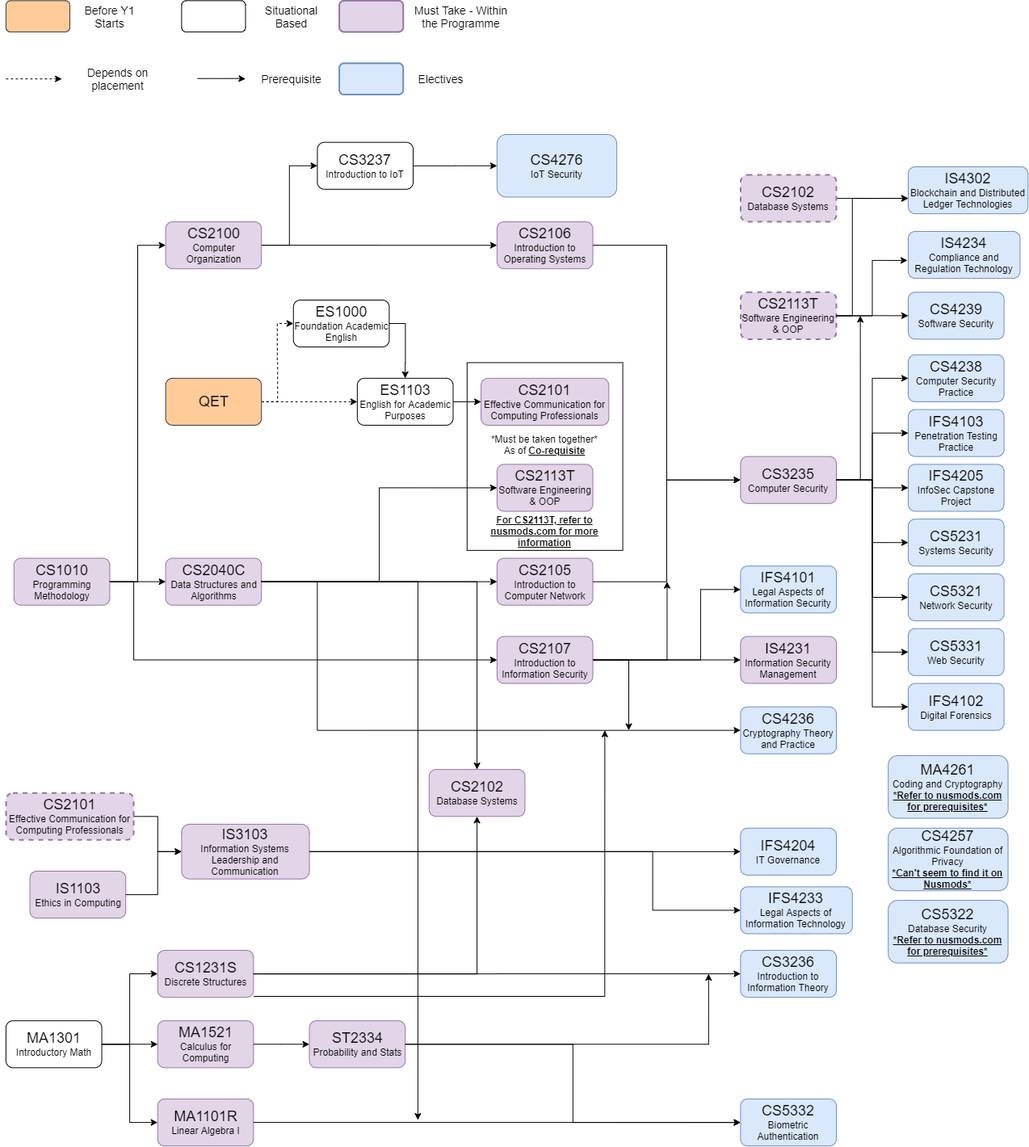
Kair0s3/NUSModsOverview keeps this draw.io diagram as infosecmods.png. Above is the earlier version. Source tidied: cells renumbered, new cells last; positions are measured from the earlier drawing's top-left corner, leaving out a move shared by most shapes.
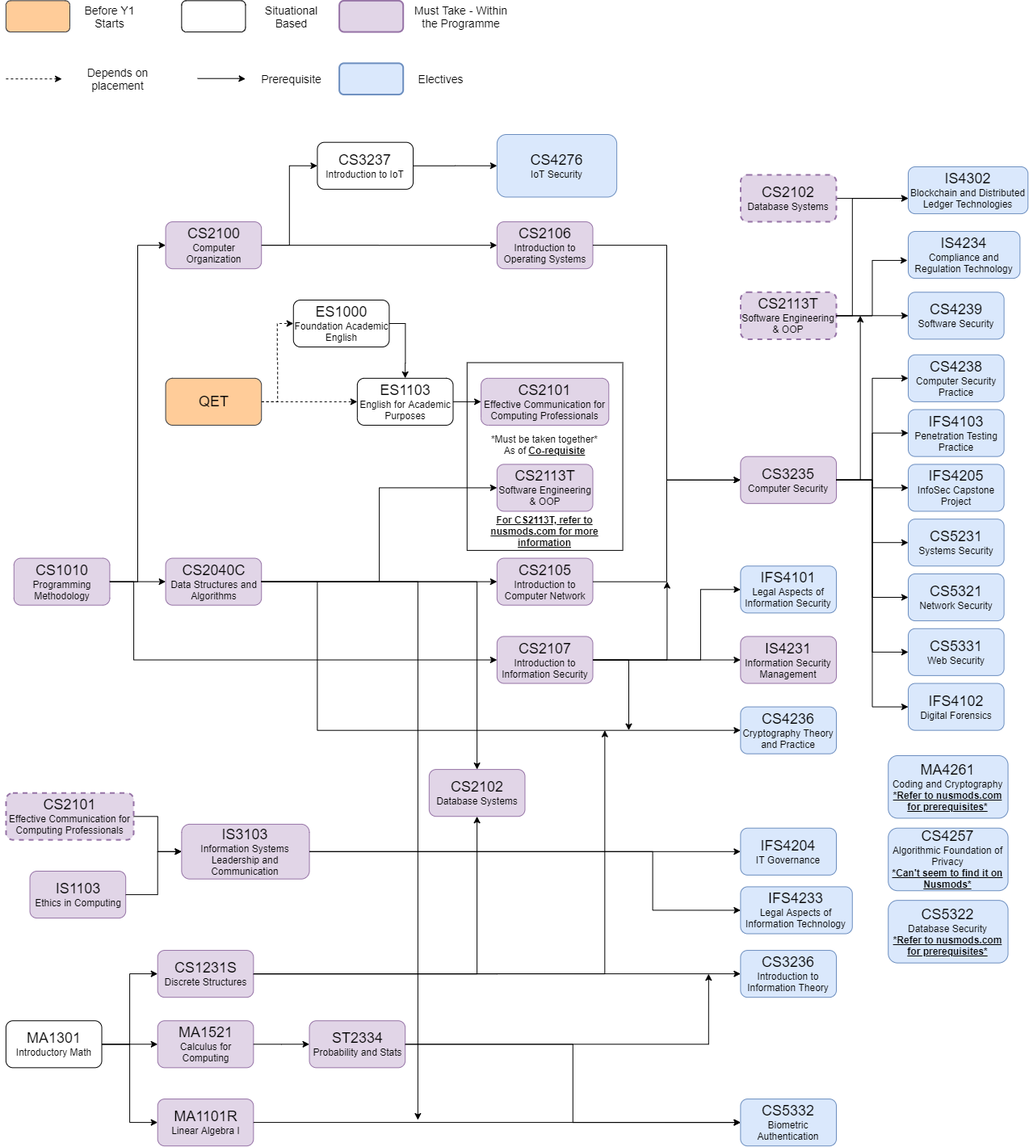
After the change.

Change to the diagram source:
```diff
@@ -11,12 +11,11 @@
     <mxCell id="4" value="&lt;font&gt;&lt;span style=&quot;font-size: 18px&quot;&gt;MA1301&lt;/span&gt;&lt;br&gt;&lt;font style=&quot;font-size: 12px&quot;&gt;Introductory Math&lt;/font&gt;&lt;br&gt;&lt;/font&gt;" style="rounded=1;whiteSpace=wrap;html=1;" parent="1" vertex="1">
       <mxGeometry x="-0.1" y="1263.2" width="118.6" height="58.1" as="geometry" />
     </mxCell>
-    <mxCell id="5" style="edgeStyle=orthogonalEdgeStyle;rounded=0;jettySize=auto;html=1;" parent="1" edge="1" source="6">
+    <mxCell id="5" style="edgeStyle=orthogonalEdgeStyle;rounded=0;jettySize=auto;html=1;exitX=1;exitY=0.5;exitDx=0;exitDy=0;" parent="1" edge="1" source="6">
       <mxGeometry relative="1" as="geometry">
         <mxPoint x="741.3" y="903.7" as="targetPoint" />
         <Array as="points">
-          <mxPoint x="741.3" y="1233" />
-          <mxPoint x="741.3" y="903.7" />
+          <mxPoint x="741" y="1205" />
         </Array>
       </mxGeometry>
     </mxCell>
```
